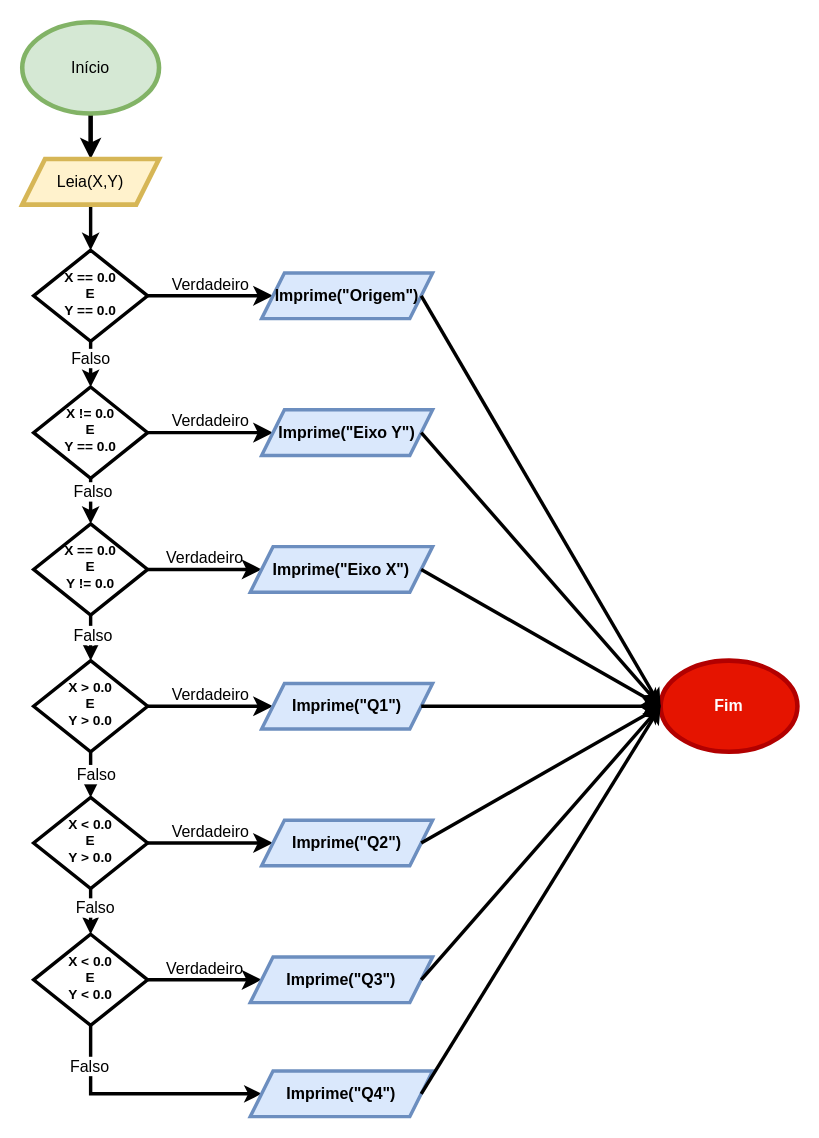
Above: beecrowd_1041.drawio in viniciusrpb/drawio_flowcharts (draw.io), before the change. Source tidied: cells renumbered, new cells numbered last; positions are measured from the earlier drawing's top-left corner, leaving out a move shared by most shapes. Both pictures are drawn from the tidied source at 114%, with x=0, y=0 at pixel (22, 22).
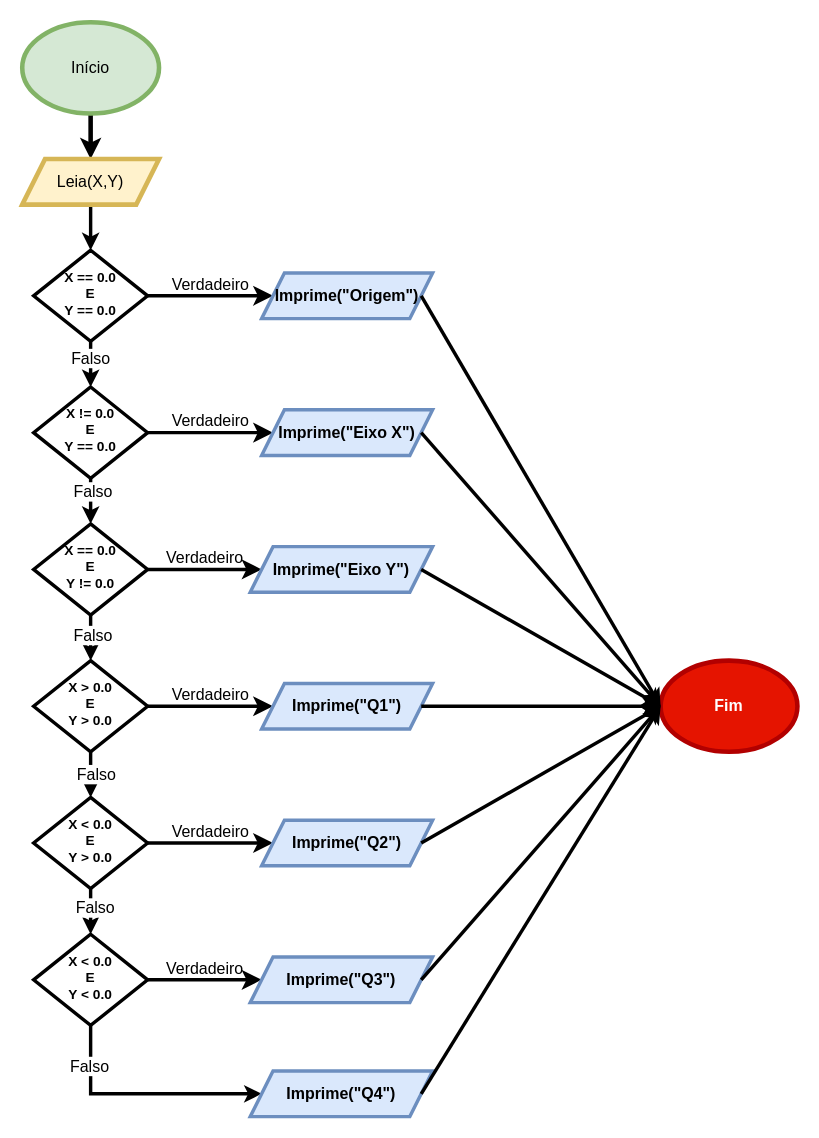
After the change.

Change to the diagram source:
```diff
@@
-    <mxCell id="20" value="Imprime(&quot;Eixo Y&quot;)" style="shape=parallelogram;perimeter=parallelogramPerimeter;whiteSpace=wrap;html=1;fixedSize=1;strokeWidth=3;fontSize=14;fillColor=#dae8fc;strokeColor=#6c8ebf;fontStyle=1;" parent="1" vertex="1">
+    <mxCell id="20" value="Imprime(&quot;Eixo X&quot;)" style="shape=parallelogram;perimeter=parallelogramPerimeter;whiteSpace=wrap;html=1;fixedSize=1;strokeWidth=3;fontSize=14;fillColor=#dae8fc;strokeColor=#6c8ebf;fontStyle=1;" parent="1" vertex="1">
       <mxGeometry x="210" y="340" width="150" height="40" as="geometry" />
     </mxCell>
-    <mxCell id="21" value="Imprime(&quot;Eixo X&quot;)" style="shape=parallelogram;perimeter=parallelogramPerimeter;whiteSpace=wrap;html=1;fixedSize=1;strokeWidth=3;fontSize=14;fillColor=#dae8fc;strokeColor=#6c8ebf;fontStyle=1;" parent="1" vertex="1">
+    <mxCell id="21" value="Imprime(&quot;Eixo Y&quot;)" style="shape=parallelogram;perimeter=parallelogramPerimeter;whiteSpace=wrap;html=1;fixedSize=1;strokeWidth=3;fontSize=14;fillColor=#dae8fc;strokeColor=#6c8ebf;fontStyle=1;" parent="1" vertex="1">
       <mxGeometry x="200" y="460" width="160" height="40" as="geometry" />
     </mxCell>
```
